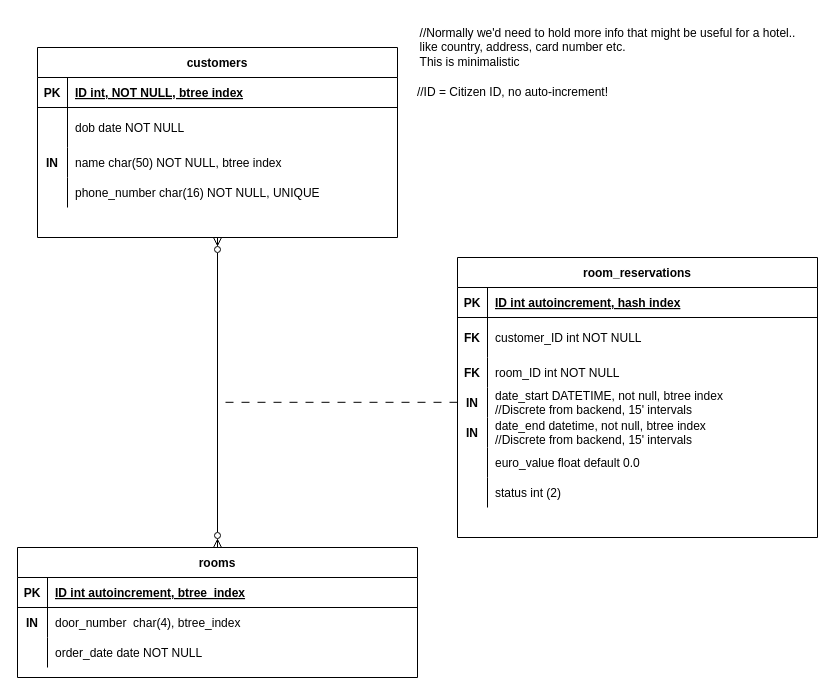
Above: hotel.drawio in Kam1goroshi/DatabasesAssignment (draw.io), before the change. Source tidied: cells renumbered, new cells numbered last; positions are measured from the earlier drawing's top-left corner, leaving out a move shared by most shapes. Both pictures are drawn from the tidied source at 100%, with x=0, y=0 at pixel (17, 17).
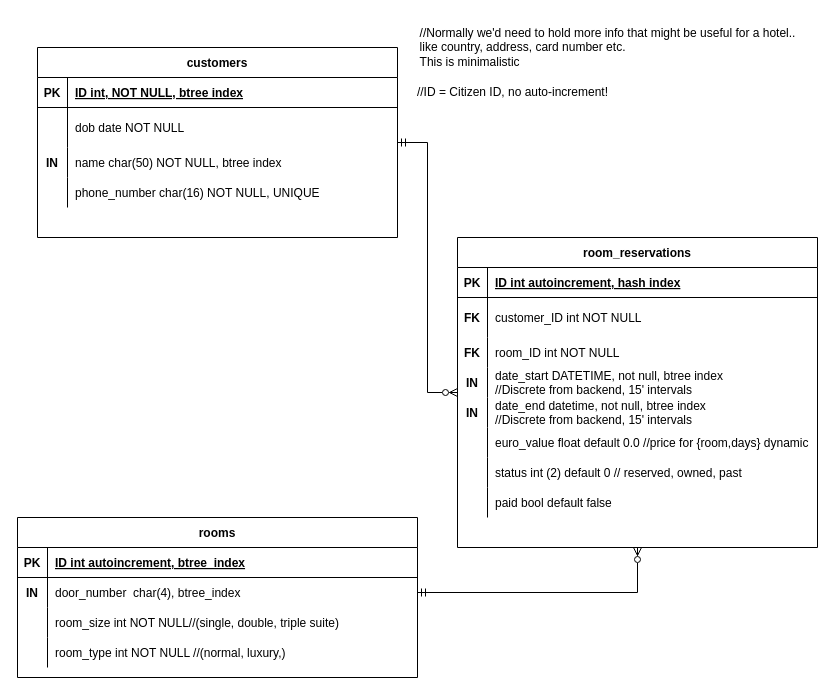
The same diagram, later.

Commit message:
complete diagram prototype hotel.drawio

Unchanged cells that the change refers to:
```xml
<mxCell id="6" style="shape=partialRectangle;fillColor=none;points=[[0,0.5],[1,0.5]];portConstraint=eastwest;top=0;left=0;right=0;bottom=0;" parent="2" vertex="1">
  <mxGeometry y="60" width="400" height="30" as="geometry" />
</mxCell>
<mxCell id="9" style="shape=partialRectangle;fillColor=none;top=0;left=0;right=0;bottom=0;" parent="2" vertex="1">
  <mxGeometry y="90" width="400" height="30" as="geometry" />
</mxCell>
<mxCell id="13" value="customers" style="shape=table;startSize=30;childLayout=tableLayout;rowLines=0;fontStyle=1;align=center;" parent="1" vertex="1">
  <mxGeometry x="20" y="30" width="360" height="190" as="geometry" />
</mxCell>
<mxCell id="36" style="shape=partialRectangle;fillColor=none;points=[[0,0.5],[1,0.5]];portConstraint=eastwest;top=0;left=0;right=0;bottom=0;" parent="26" vertex="1">
  <mxGeometry y="130" width="360" height="30" as="geometry" />
</mxCell>
<mxCell id="42" style="shape=partialRectangle;fillColor=none;top=0;left=0;right=0;bottom=0;" parent="26" vertex="1">
  <mxGeometry y="190" width="360" height="30" as="geometry" />
</mxCell>
<mxCell id="45" style="shape=partialRectangle;fillColor=none;top=0;left=0;right=0;bottom=0;" parent="26" vertex="1">
  <mxGeometry y="220" width="360" height="30" as="geometry" />
</mxCell>
```

What changed in the source:
```diff
@@
     <mxCell id="2" value="rooms" style="shape=table;startSize=30;childLayout=tableLayout;rowLines=0;fontStyle=1;align=center;" parent="1" vertex="1">
-      <mxGeometry y="530" width="400" height="130" as="geometry" />
+      <mxGeometry y="500" width="400" height="160" as="geometry" />
     </mxCell>
@@
-    <mxCell id="11" value="order_date date NOT NULL" style="shape=partialRectangle;overflow=hidden;fillColor=none;top=0;left=0;bottom=0;right=0;align=left;spacingLeft=6;" parent="9" vertex="1">
+    <mxCell id="11" value="room_size int NOT NULL//(single, double, triple suite)" style="shape=partialRectangle;overflow=hidden;fillColor=none;top=0;left=0;bottom=0;right=0;align=left;spacingLeft=6;" parent="9" vertex="1">
       <mxGeometry x="30" width="370" height="30" as="geometry" />
     </mxCell>
-    <mxCell id="12" style="edgeStyle=orthogonalEdgeStyle;rounded=0;jettySize=auto;html=1;startArrow=ERzeroToMany;startFill=0;endArrow=ERzeroToMany;endFill=0;" parent="1" edge="1" source="13" target="2">
-      <mxGeometry relative="1" as="geometry" />
-    </mxCell>
+    <mxCell id="51" style="shape=partialRectangle;fillColor=none;top=0;left=0;right=0;bottom=0;" parent="2" vertex="1">
+      <mxGeometry y="120" width="400" height="30" as="geometry" />
+    </mxCell>
+    <mxCell id="52" style="shape=partialRectangle;overflow=hidden;fillColor=none;top=0;left=0;bottom=0;right=0;" parent="51" vertex="1">
+      <mxGeometry width="30" height="30" as="geometry" />
+    </mxCell>
+    <mxCell id="53" value="room_type int NOT NULL //(normal, luxury,)" style="shape=partialRectangle;overflow=hidden;fillColor=none;top=0;left=0;bottom=0;right=0;align=left;spacingLeft=6;" parent="51" vertex="1">
+      <mxGeometry x="30" width="370" height="30" as="geometry" />
+    </mxCell>
+    <mxCell id="54" style="edgeStyle=orthogonalEdgeStyle;rounded=0;jettySize=auto;html=1;startArrow=ERmandOne;startFill=0;endArrow=ERzeroToMany;endFill=0;" parent="1" edge="1" source="13" target="26">
+      <mxGeometry relative="1" as="geometry" />
+    </mxCell>
@@
     <mxCell id="26" value="room_reservations" style="shape=table;startSize=30;childLayout=tableLayout;rowLines=0;fontStyle=1;align=center;" parent="1" vertex="1">
-      <mxGeometry x="440" y="240" width="360" height="280" as="geometry" />
+      <mxGeometry x="440" y="220" width="360" height="310" as="geometry" />
     </mxCell>
@@
-    <mxCell id="44" value="euro_value float default 0.0" style="shape=partialRectangle;overflow=hidden;fillColor=none;top=0;left=0;bottom=0;right=0;align=left;spacingLeft=6;" parent="42" vertex="1">
+    <mxCell id="44" value="euro_value float default 0.0 //price for {room,days} dynamic" style="shape=partialRectangle;overflow=hidden;fillColor=none;top=0;left=0;bottom=0;right=0;align=left;spacingLeft=6;" parent="42" vertex="1">
       <mxGeometry x="30" width="330" height="30" as="geometry" />
     </mxCell>
@@
-    <mxCell id="47" value="status int (2) " style="shape=partialRectangle;overflow=hidden;fillColor=none;top=0;left=0;bottom=0;right=0;align=left;spacingLeft=6;" parent="45" vertex="1">
+    <mxCell id="47" value="status int (2) default 0 // reserved, owned, past   " style="shape=partialRectangle;overflow=hidden;fillColor=none;top=0;left=0;bottom=0;right=0;align=left;spacingLeft=6;" parent="45" vertex="1">
       <mxGeometry x="30" width="330" height="30" as="geometry" />
     </mxCell>
+    <mxCell id="55" style="shape=partialRectangle;fillColor=none;top=0;left=0;right=0;bottom=0;" parent="26" vertex="1">
+      <mxGeometry y="250" width="360" height="30" as="geometry" />
+    </mxCell>
+    <mxCell id="56" style="shape=partialRectangle;overflow=hidden;fillColor=none;top=0;left=0;bottom=0;right=0;fontStyle=1;" parent="55" vertex="1">
+      <mxGeometry width="30" height="30" as="geometry" />
+    </mxCell>
+    <mxCell id="57" value="paid bool default false " style="shape=partialRectangle;overflow=hidden;fillColor=none;top=0;left=0;bottom=0;right=0;align=left;spacingLeft=6;" parent="55" vertex="1">
+      <mxGeometry x="30" width="330" height="30" as="geometry" />
+    </mxCell>
@@
-    <mxCell id="50" style="edgeStyle=orthogonalEdgeStyle;rounded=0;jettySize=auto;html=1;exitX=0;exitY=0.5;exitDx=0;exitDy=0;dashed=1;dashPattern=8 8;endArrow=none;endFill=0;" parent="1" edge="1" source="36">
-      <mxGeometry relative="1" as="geometry">
-        <mxPoint x="200" y="384.8" as="targetPoint" />
-        <Array as="points">
-          <mxPoint x="200" y="385" />
-          <mxPoint x="200" y="385" />
-        </Array>
-      </mxGeometry>
-    </mxCell>
+    <mxCell id="58" style="edgeStyle=orthogonalEdgeStyle;rounded=0;jettySize=auto;html=1;exitX=1;exitY=0.5;exitDx=0;exitDy=0;entryX=0.5;entryY=1;entryDx=0;entryDy=0;startArrow=ERmandOne;startFill=0;endArrow=ERzeroToMany;endFill=0;" parent="1" edge="1" source="6" target="26">
+      <mxGeometry relative="1" as="geometry" />
+    </mxCell>
```
